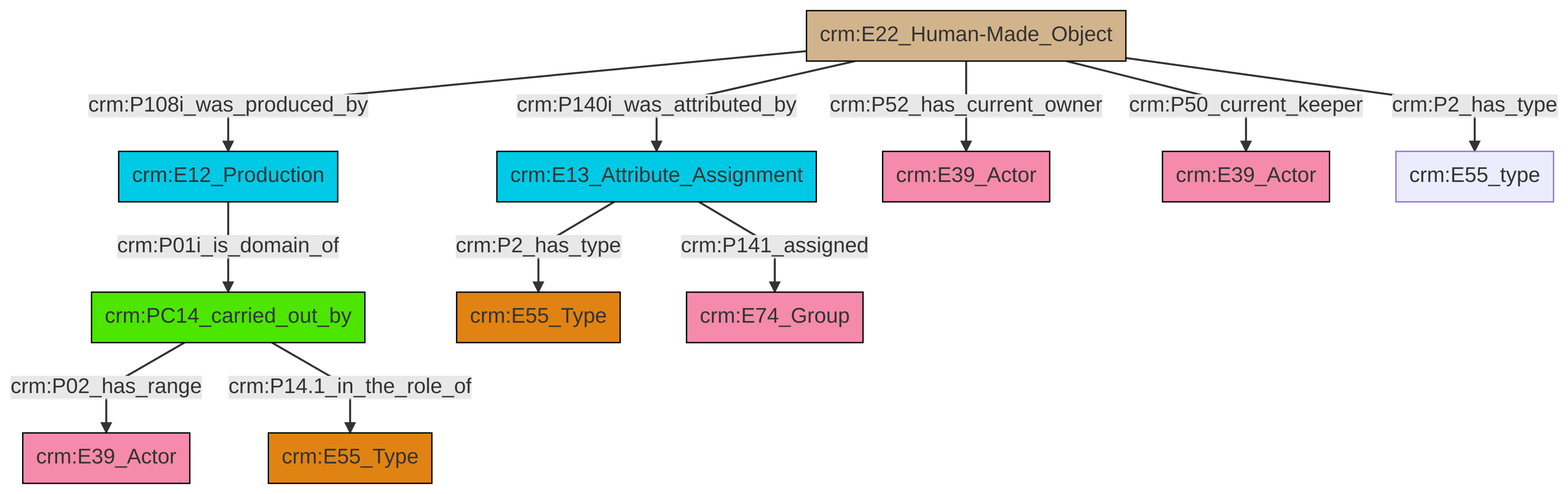
This is et/artworkCSV/ttl/mmd/png/Artwork_Actor_Relations.png from swiss-art-research-net/reference-data-models, a Mermaid export, as it was before one commit. Its source is kept beside it as et/artworkCSV/ttl/mmd/Artwork_Actor_Relations.ttl.mmd.
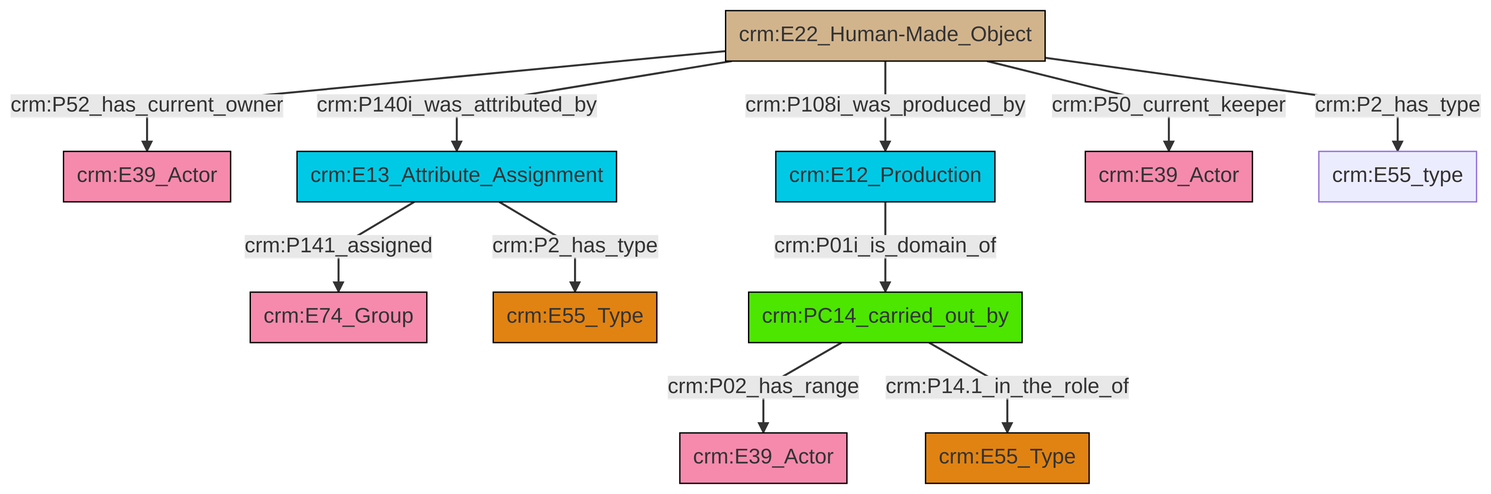
The same file after the commit.

Diff of the diagram source:
```diff
@@ -13,13 +13,13 @@
 classDef PC_Classes fill:#4ce600, stroke:#000000;
 classDef Multi fill:#cccccc,stroke:#000000;
 
-6["crm:E22_Human-Made_Object"]:::Physical_Thing -->|crm:P108i_was_produced_by| 7["crm:E12_Production"]:::Temporal_Entity
-6["crm:E22_Human-Made_Object"]:::Physical_Thing -->|crm:P140i_was_attributed_by| 8["crm:E13_Attribute_Assignment"]:::Temporal_Entity
-8["crm:E13_Attribute_Assignment"]:::Temporal_Entity -->|crm:P2_has_type| 9["crm:E55_Type"]:::Type
-10["crm:PC14_carried_out_by"]:::PC_Classes -->|crm:P02_has_range| 4["crm:E39_Actor"]:::Actor
-10["crm:PC14_carried_out_by"]:::PC_Classes -->|crm:P14.1_in_the_role_of| 12["crm:E55_Type"]:::Type
-6["crm:E22_Human-Made_Object"]:::Physical_Thing -->|crm:P52_has_current_owner| 0["crm:E39_Actor"]:::Actor
-6["crm:E22_Human-Made_Object"]:::Physical_Thing -->|crm:P50_current_keeper| 13["crm:E39_Actor"]:::Actor
-6["crm:E22_Human-Made_Object"]:::Physical_Thing -->|crm:P2_has_type| 2["crm:E55_type"]:::Default
-8["crm:E13_Attribute_Assignment"]:::Temporal_Entity -->|crm:P141_assigned| 15["crm:E74_Group"]:::Actor
-7["crm:E12_Production"]:::Temporal_Entity -->|crm:P01i_is_domain_of| 10["crm:PC14_carried_out_by"]:::PC_Classes
+0["crm:E22_Human-Made_Object"]:::Physical_Thing -->|crm:P52_has_current_owner| 1["crm:E39_Actor"]:::Actor
+0["crm:E22_Human-Made_Object"]:::Physical_Thing -->|crm:P140i_was_attributed_by| 2["crm:E13_Attribute_Assignment"]:::Temporal_Entity
+2["crm:E13_Attribute_Assignment"]:::Temporal_Entity -->|crm:P141_assigned| 6["crm:E74_Group"]:::Actor
+7["crm:E12_Production"]:::Temporal_Entity -->|crm:P01i_is_domain_of| 8["crm:PC14_carried_out_by"]:::PC_Classes
+0["crm:E22_Human-Made_Object"]:::Physical_Thing -->|crm:P108i_was_produced_by| 7["crm:E12_Production"]:::Temporal_Entity
+8["crm:PC14_carried_out_by"]:::PC_Classes -->|crm:P02_has_range| 11["crm:E39_Actor"]:::Actor
+0["crm:E22_Human-Made_Object"]:::Physical_Thing -->|crm:P50_current_keeper| 3["crm:E39_Actor"]:::Actor
+2["crm:E13_Attribute_Assignment"]:::Temporal_Entity -->|crm:P2_has_type| 16["crm:E55_Type"]:::Type
+0["crm:E22_Human-Made_Object"]:::Physical_Thing -->|crm:P2_has_type| 9["crm:E55_type"]:::Default
+8["crm:PC14_carried_out_by"]:::PC_Classes -->|crm:P14.1_in_the_role_of| 17["crm:E55_Type"]:::Type
```
